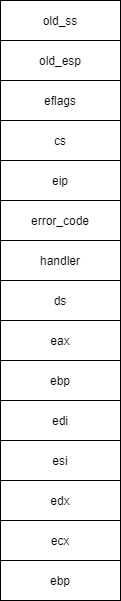
Above: cpu_context_template.png in craftsfish/design (draw.io), before the change. Source tidied: cells renumbered, new cells last; positions are measured from the earlier drawing's top-left corner, leaving out a move shared by most shapes.
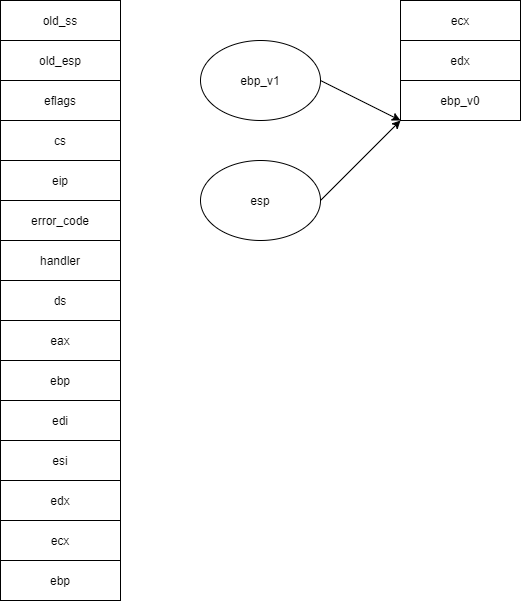
The same diagram one commit later.

Diff of the diagram source:
```diff
@@ -47,5 +47,28 @@
     <mxCell id="16" value="ebp" style="rounded=0;whiteSpace=wrap;html=1;" parent="1" vertex="1">
       <mxGeometry y="560" width="120" height="40" as="geometry" />
     </mxCell>
+    <mxCell id="17" value="ecx" style="rounded=0;whiteSpace=wrap;html=1;" parent="1" vertex="1">
+      <mxGeometry x="400" width="120" height="40" as="geometry" />
+    </mxCell>
+    <mxCell id="18" value="edx" style="rounded=0;whiteSpace=wrap;html=1;" parent="1" vertex="1">
+      <mxGeometry x="400" y="40" width="120" height="40" as="geometry" />
+    </mxCell>
+    <mxCell id="19" value="ebp_v0" style="rounded=0;whiteSpace=wrap;html=1;" parent="1" vertex="1">
+      <mxGeometry x="400" y="80" width="120" height="40" as="geometry" />
+    </mxCell>
+    <mxCell id="20" style="rounded=0;jettySize=auto;html=1;exitX=1;exitY=0.5;exitDx=0;exitDy=0;" parent="1" edge="1" source="21">
+      <mxGeometry relative="1" as="geometry">
+        <mxPoint x="400" y="120" as="targetPoint" />
+      </mxGeometry>
+    </mxCell>
+    <mxCell id="21" value="ebp_v1" style="ellipse;whiteSpace=wrap;html=1;" parent="1" vertex="1">
+      <mxGeometry x="200" y="40" width="120" height="80" as="geometry" />
+    </mxCell>
+    <mxCell id="22" style="rounded=0;jettySize=auto;html=1;exitX=1;exitY=0.5;exitDx=0;exitDy=0;entryX=0;entryY=1;entryDx=0;entryDy=0;" parent="1" edge="1" source="23" target="19">
+      <mxGeometry relative="1" as="geometry" />
+    </mxCell>
+    <mxCell id="23" value="esp" style="ellipse;whiteSpace=wrap;html=1;" parent="1" vertex="1">
+      <mxGeometry x="200" y="160" width="120" height="80" as="geometry" />
+    </mxCell>
   </root>
 </mxGraphModel>
```
